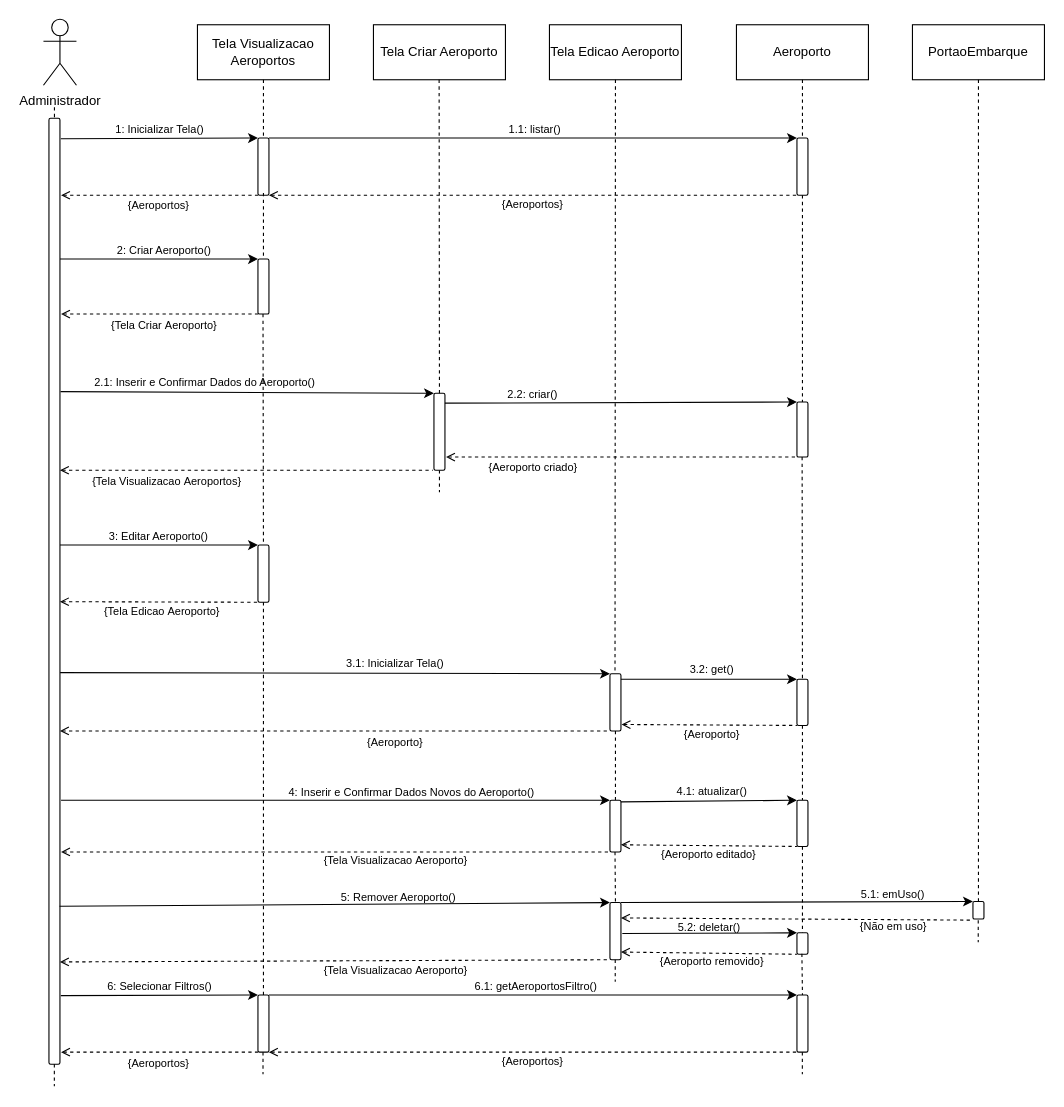
Above: Diagramas/Eng_de_Software/Modelos/Sequencia/Manter_Aeroportos.drawio in GabrielGMori/trabalho-conclus-o-ano (draw.io), before the change. Source tidied: cells renumbered, new cells numbered last; positions are measured from the earlier drawing's top-left corner, leaving out a move shared by most shapes. Both pictures are drawn from the tidied source at 110%, with x=0, y=0 at pixel (43, 19).
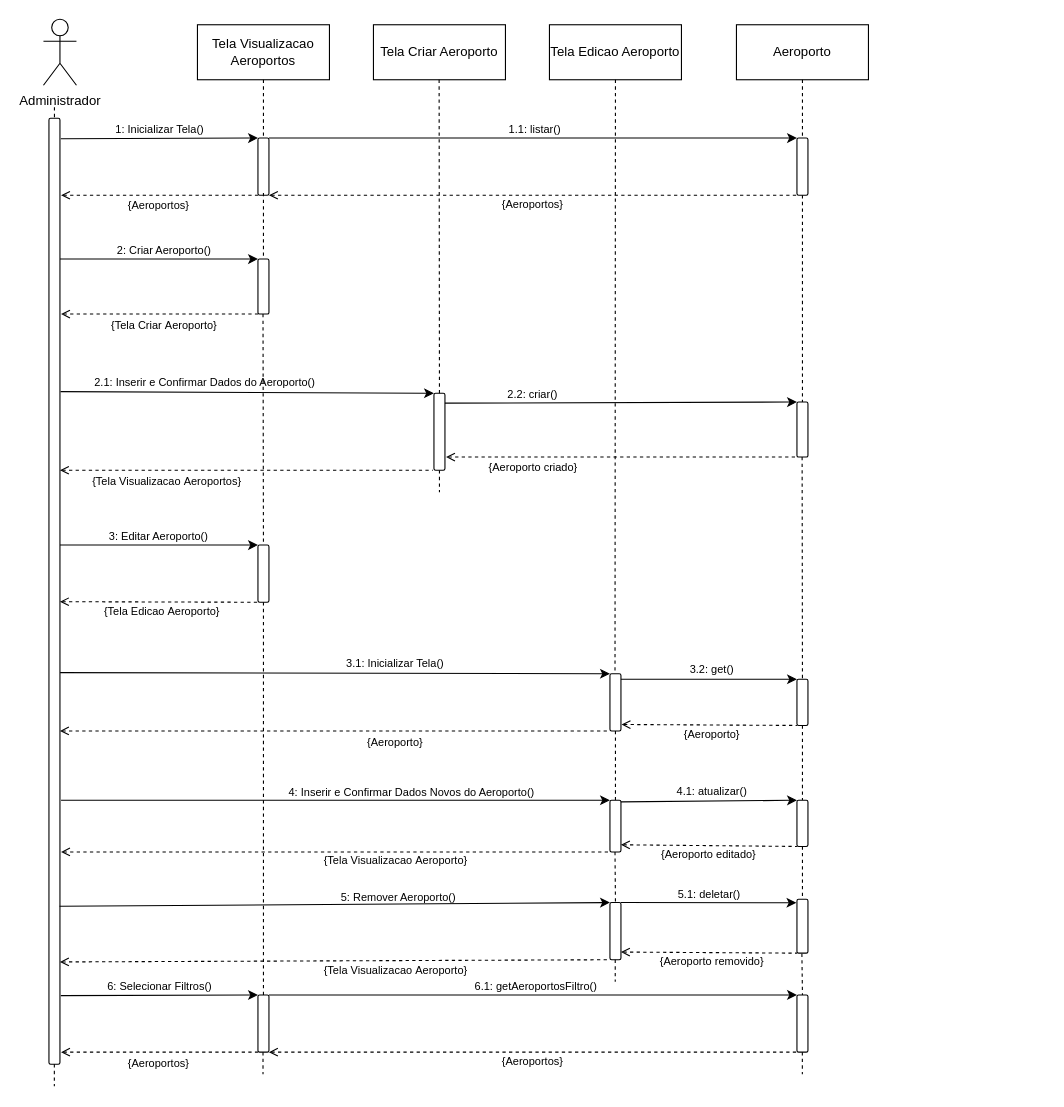
The same page after the edit.

Unchanged cells that the change refers to:
```xml
<mxCell id="64" style="rounded=1;whiteSpace=wrap;html=1;" parent="1" vertex="1">
  <mxGeometry x="515" y="803" width="10" height="52" as="geometry" />
</mxCell>
```

What changed in the source:
```diff
@@
     <mxCell id="68" style="rounded=1;whiteSpace=wrap;html=1;" parent="1" vertex="1">
-      <mxGeometry x="685" y="830.5" width="10" height="19.5" as="geometry" />
+      <mxGeometry x="685" y="800" width="10" height="49" as="geometry" />
     </mxCell>
-    <mxCell id="69" value="&lt;font&gt;5.2: deletar&lt;/font&gt;&lt;font&gt;()&lt;/font&gt;" style="text;html=1;align=center;verticalAlign=middle;whiteSpace=wrap;rounded=0;fontSize=10;" parent="1" vertex="1">
-      <mxGeometry x="552.5" y="815" width="105" height="20" as="geometry" />
+    <mxCell id="69" value="&lt;font&gt;5.1: deletar&lt;/font&gt;&lt;font&gt;()&lt;/font&gt;" style="text;html=1;align=center;verticalAlign=middle;whiteSpace=wrap;rounded=0;fontSize=10;" parent="1" vertex="1">
+      <mxGeometry x="552.5" y="784.5" width="105" height="20" as="geometry" />
     </mxCell>
-    <mxCell id="70" style="endArrow=classic;html=1;rounded=0;entryX=0;entryY=0;entryDx=0;entryDy=0;exitX=1.125;exitY=0.541;exitDx=0;exitDy=0;exitPerimeter=0;" parent="1" edge="1" source="64" target="68">
+    <mxCell id="70" style="endArrow=classic;html=1;rounded=0;entryX=-0.047;entryY=0.065;entryDx=0;entryDy=0;exitX=1;exitY=0;exitDx=0;exitDy=0;entryPerimeter=0;" parent="1" edge="1" source="64" target="68">
       <mxGeometry relative="1" as="geometry" />
     </mxCell>
@@
-    <mxCell id="99" value="PortaoEmbarque" style="rounded=0;whiteSpace=wrap;html=1;" parent="1" vertex="1">
-      <mxGeometry x="790" y="5" width="120" height="50" as="geometry" />
-    </mxCell>
-    <mxCell id="100" style="endArrow=none;dashed=1;html=1;rounded=0;exitX=0.5;exitY=1;exitDx=0;exitDy=0;entryX=0.5;entryY=0;entryDx=0;entryDy=0;" parent="1" edge="1" source="99" target="101">
-      <mxGeometry relative="1" as="geometry" />
-    </mxCell>
-    <mxCell id="101" style="rounded=1;whiteSpace=wrap;html=1;" parent="1" vertex="1">
-      <mxGeometry x="845" y="802" width="10" height="16" as="geometry" />
-    </mxCell>
-    <mxCell id="102" style="endArrow=classic;html=1;rounded=0;exitX=1;exitY=0;exitDx=0;exitDy=0;entryX=0;entryY=0;entryDx=0;entryDy=0;" parent="1" edge="1" source="64" target="101">
-      <mxGeometry relative="1" as="geometry" />
-    </mxCell>
-    <mxCell id="103" style="endArrow=none;html=1;rounded=0;entryX=0;entryY=1;entryDx=0;entryDy=0;dashed=1;endFill=0;startArrow=open;startFill=0;exitX=1;exitY=0.25;exitDx=0;exitDy=0;" parent="1" edge="1">
-      <mxGeometry relative="1" as="geometry">
-        <mxPoint x="525" y="817" as="sourcePoint" />
-        <mxPoint x="845" y="819" as="targetPoint" />
-      </mxGeometry>
-    </mxCell>
-    <mxCell id="104" value="&lt;font&gt;5.1: emUso&lt;/font&gt;&lt;font&gt;()&lt;/font&gt;" style="text;html=1;align=center;verticalAlign=middle;whiteSpace=wrap;rounded=0;fontSize=10;" parent="1" vertex="1">
-      <mxGeometry x="720" y="785" width="105" height="20" as="geometry" />
-    </mxCell>
-    <mxCell id="105" value="{Não em uso}" style="text;html=1;align=center;verticalAlign=middle;whiteSpace=wrap;rounded=0;fontSize=10;" parent="1" vertex="1">
-      <mxGeometry x="707.5" y="813.5" width="130" height="20" as="geometry" />
-    </mxCell>
-    <mxCell id="106" style="endArrow=none;dashed=1;html=1;rounded=0;exitX=0.5;exitY=1;exitDx=0;exitDy=0;" parent="1" edge="1">
-      <mxGeometry relative="1" as="geometry">
-        <mxPoint x="849.8" y="819" as="sourcePoint" />
-        <mxPoint x="849.8" y="839" as="targetPoint" />
-      </mxGeometry>
-    </mxCell>
```
